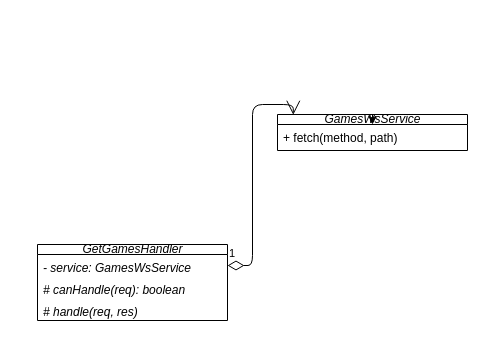
Above: .drawio in rafaeltedesco/youtube-design-patterns (draw.io), before the change. Source tidied: cells renumbered, new cells numbered last; positions are measured from the earlier drawing's top-left corner, leaving out a move shared by most shapes. Both pictures are drawn from the tidied source at 100%, with x=0, y=0 at pixel (37, 114).
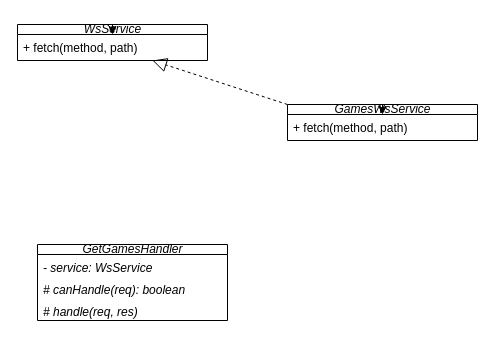
The same diagram, later.

Change to the diagram source:
```diff
@@
 <mxGraphModel>
   <root>
     <mxCell id="0" />
     <mxCell id="1" parent="0" />
     <mxCell id="2" value="&lt;i&gt;GamesWsService&lt;br&gt;&lt;/i&gt;" style="swimlane;fontStyle=0;horizontal=1;startSize=10;fillColor=none;html=1;" parent="1" vertex="1">
-      <mxGeometry x="240" width="190" height="36" as="geometry" />
+      <mxGeometry x="250" y="-10" width="190" height="36" as="geometry" />
     </mxCell>
     <mxCell id="3" value="+ fetch(method, path)" style="text;strokeColor=none;fillColor=none;align=left;verticalAlign=top;spacingLeft=4;spacingRight=4;overflow=hidden;points=[[0,0.5],[1,0.5]];portConstraint=eastwest;whiteSpace=wrap;html=1;" parent="2" vertex="1">
       <mxGeometry y="10" width="190" height="26" as="geometry" />
     </mxCell>
-    <mxCell id="4" style="edgeStyle=none;html=1;exitX=0.5;exitY=0;exitDx=0;exitDy=0;" parent="2" edge="1" source="2" target="3">
+    <mxCell id="4" style="edgeStyle=none;html=1;exitX=0.5;exitY=0;exitDx=0;exitDy=0;fontStyle=1;" parent="2" edge="1" source="2" target="3">
       <mxGeometry relative="1" as="geometry" />
     </mxCell>
     <mxCell id="5" value="&lt;i&gt;GetGamesHandler&lt;br&gt;&lt;/i&gt;" style="swimlane;fontStyle=0;horizontal=1;startSize=10;fillColor=none;html=1;" parent="1" vertex="1">
       <mxGeometry y="130" width="190" height="76" as="geometry" />
     </mxCell>
-    <mxCell id="6" value="&lt;i&gt;- service: GamesWsService&lt;/i&gt;" style="text;strokeColor=none;fillColor=none;align=left;verticalAlign=top;spacingLeft=4;spacingRight=4;overflow=hidden;points=[[0,0.5],[1,0.5]];portConstraint=eastwest;whiteSpace=wrap;html=1;" parent="5" vertex="1">
+    <mxCell id="6" value="&lt;i&gt;- service: WsService&lt;/i&gt;" style="text;strokeColor=none;fillColor=none;align=left;verticalAlign=top;spacingLeft=4;spacingRight=4;overflow=hidden;points=[[0,0.5],[1,0.5]];portConstraint=eastwest;whiteSpace=wrap;html=1;" parent="5" vertex="1">
       <mxGeometry y="10" width="190" height="22" as="geometry" />
     </mxCell>
     <mxCell id="7" value="&lt;i&gt;# canHandle(req): boolean&lt;/i&gt;" style="text;strokeColor=none;fillColor=none;align=left;verticalAlign=top;spacingLeft=4;spacingRight=4;overflow=hidden;whiteSpace=wrap;html=1;" parent="5" vertex="1">
       <mxGeometry y="32" width="190" height="22" as="geometry" />
     </mxCell>
     <mxCell id="8" value="&lt;i&gt;# handle(req, res)&lt;/i&gt;" style="text;strokeColor=none;fillColor=none;align=left;verticalAlign=top;spacingLeft=4;spacingRight=4;overflow=hidden;whiteSpace=wrap;html=1;" parent="5" vertex="1">
       <mxGeometry y="54" width="190" height="22" as="geometry" />
     </mxCell>
-    <mxCell id="9" value="1" style="endArrow=open;html=1;endSize=12;startArrow=diamondThin;startSize=14;startFill=0;edgeStyle=orthogonalEdgeStyle;align=left;verticalAlign=bottom;exitX=1;exitY=0.5;exitDx=0;exitDy=0;entryX=0.083;entryY=0.009;entryDx=0;entryDy=0;entryPerimeter=0;" parent="1" edge="1" source="6" target="2">
-      <mxGeometry x="-1" y="3" relative="1" as="geometry" />
-    </mxCell>
+    <mxCell id="10" value="&lt;i&gt;WsService&lt;br&gt;&lt;/i&gt;" style="swimlane;fontStyle=0;horizontal=1;startSize=10;fillColor=none;html=1;" parent="1" vertex="1">
+      <mxGeometry x="-20" y="-90" width="190" height="36" as="geometry" />
+    </mxCell>
+    <mxCell id="11" value="+ fetch(method, path)" style="text;strokeColor=none;fillColor=none;align=left;verticalAlign=top;spacingLeft=4;spacingRight=4;overflow=hidden;points=[[0,0.5],[1,0.5]];portConstraint=eastwest;whiteSpace=wrap;html=1;" parent="10" vertex="1">
+      <mxGeometry y="10" width="190" height="26" as="geometry" />
+    </mxCell>
+    <mxCell id="12" style="edgeStyle=none;html=1;exitX=0.5;exitY=0;exitDx=0;exitDy=0;fontStyle=1;" parent="10" edge="1" source="10" target="11">
+      <mxGeometry relative="1" as="geometry" />
+    </mxCell>
+    <mxCell id="13" style="endArrow=block;dashed=1;endFill=0;endSize=12;html=1;exitX=0;exitY=0;exitDx=0;exitDy=0;fontStyle=1;" parent="1" edge="1" source="2" target="11">
+      <mxGeometry relative="1" as="geometry" />
+    </mxCell>
   </root>
 </mxGraphModel>
```
